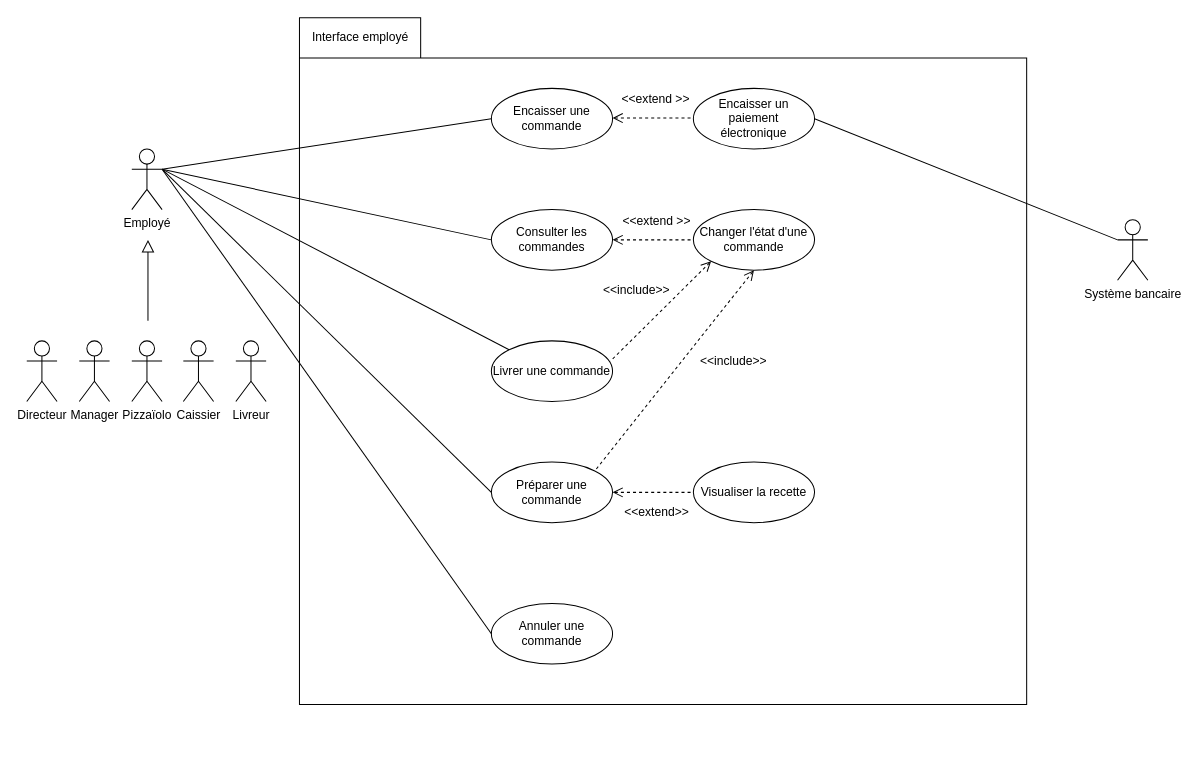
damien-devpy/OC-P4 keeps this draw.io diagram as Interface employés.drawio. Above is the earlier version. Source tidied: cells renumbered, new cells numbered last; positions are measured from the earlier drawing's top-left corner, leaving out a move shared by most shapes. Both pictures are drawn from the tidied source at 101%, with x=0, y=0 at pixel (26, 17).
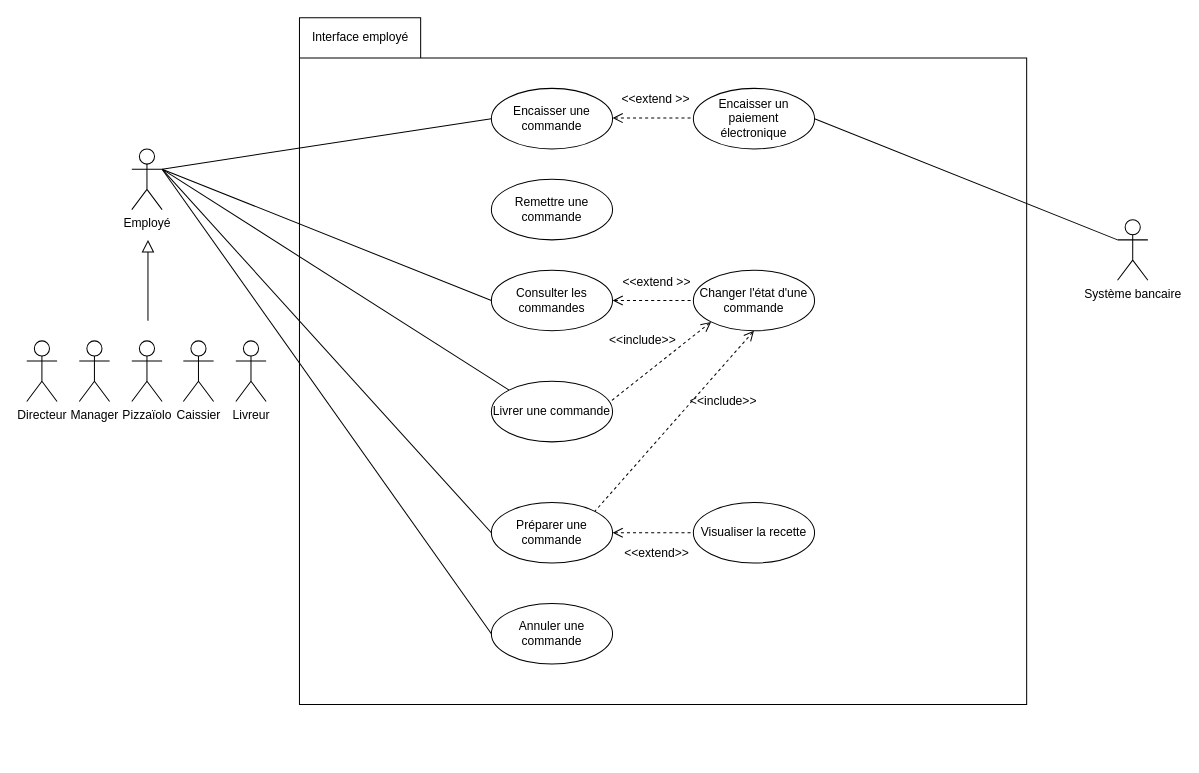
The same diagram, later.

Commit message (it also covers changes not shown here):
Improve activity diagramm and add a new user case

Unchanged cells that the change refers to:
```xml
<mxCell id="2" style="group;" parent="1" vertex="1">
  <mxGeometry x="310" y="50" width="720" height="680" as="geometry" />
</mxCell>
```

Change to the diagram source:
```diff
@@
     <mxCell id="4" value="Préparer une commande" style="ellipse;whiteSpace=wrap;html=1;fillColor=none;" parent="2" vertex="1">
-      <mxGeometry x="150" y="390" width="120" height="60" as="geometry" />
+      <mxGeometry x="150" y="430" width="120" height="60" as="geometry" />
     </mxCell>
     <mxCell id="5" value="Consulter les commandes" style="ellipse;whiteSpace=wrap;html=1;fillColor=none;" parent="2" vertex="1">
-      <mxGeometry x="150" y="140" width="120" height="60" as="geometry" />
+      <mxGeometry x="150" y="200" width="120" height="60" as="geometry" />
     </mxCell>
     <mxCell id="6" value="Livrer une commande" style="ellipse;whiteSpace=wrap;html=1;fillColor=none;" parent="2" vertex="1">
-      <mxGeometry x="150" y="270" width="120" height="60" as="geometry" />
+      <mxGeometry x="150" y="310" width="120" height="60" as="geometry" />
     </mxCell>
@@
     <mxCell id="8" value="Changer l'état d'une commande" style="ellipse;whiteSpace=wrap;html=1;fillColor=none;" parent="2" vertex="1">
-      <mxGeometry x="350" y="140" width="120" height="60" as="geometry" />
+      <mxGeometry x="350" y="200" width="120" height="60" as="geometry" />
     </mxCell>
@@
     <mxCell id="10" value="&amp;lt;&amp;lt;extend &amp;gt;&amp;gt;" style="text;html=1;strokeColor=none;fillColor=none;align=center;verticalAlign=middle;whiteSpace=wrap;rounded=0;" parent="2" vertex="1">
-      <mxGeometry x="274" y="142" width="80" height="20" as="geometry" />
+      <mxGeometry x="274" y="202" width="80" height="20" as="geometry" />
     </mxCell>
@@
     <mxCell id="16" value="&amp;lt;&amp;lt;include&amp;gt;&amp;gt;" style="text;html=1;strokeColor=none;fillColor=none;align=center;verticalAlign=middle;whiteSpace=wrap;rounded=0;" parent="2" vertex="1">
-      <mxGeometry x="274" y="210" width="40" height="20" as="geometry" />
+      <mxGeometry x="280" y="260" width="40" height="20" as="geometry" />
     </mxCell>
     <mxCell id="17" value="&amp;lt;&amp;lt;include&amp;gt;&amp;gt;" style="text;html=1;strokeColor=none;fillColor=none;align=center;verticalAlign=middle;whiteSpace=wrap;rounded=0;" parent="2" vertex="1">
-      <mxGeometry x="370" y="280" width="40" height="20" as="geometry" />
+      <mxGeometry x="360" y="320" width="40" height="20" as="geometry" />
     </mxCell>
@@
     <mxCell id="19" value="Visualiser la recette" style="ellipse;whiteSpace=wrap;html=1;fillColor=none;" parent="2" vertex="1">
-      <mxGeometry x="350" y="390" width="120" height="60" as="geometry" />
+      <mxGeometry x="350" y="430" width="120" height="60" as="geometry" />
     </mxCell>
     <mxCell id="20" value="&amp;lt;&amp;lt;extend&amp;gt;&amp;gt;" style="text;html=1;strokeColor=none;fillColor=none;align=center;verticalAlign=middle;whiteSpace=wrap;rounded=0;" parent="2" vertex="1">
-      <mxGeometry x="294" y="430" width="40" height="20" as="geometry" />
+      <mxGeometry x="294" y="470" width="40" height="20" as="geometry" />
     </mxCell>
@@
+    <mxCell id="37" value="Remettre une commande" style="ellipse;whiteSpace=wrap;html=1;fillColor=none;" parent="2" vertex="1">
+      <mxGeometry x="150" y="110" width="120" height="60" as="geometry" />
+    </mxCell>
```
